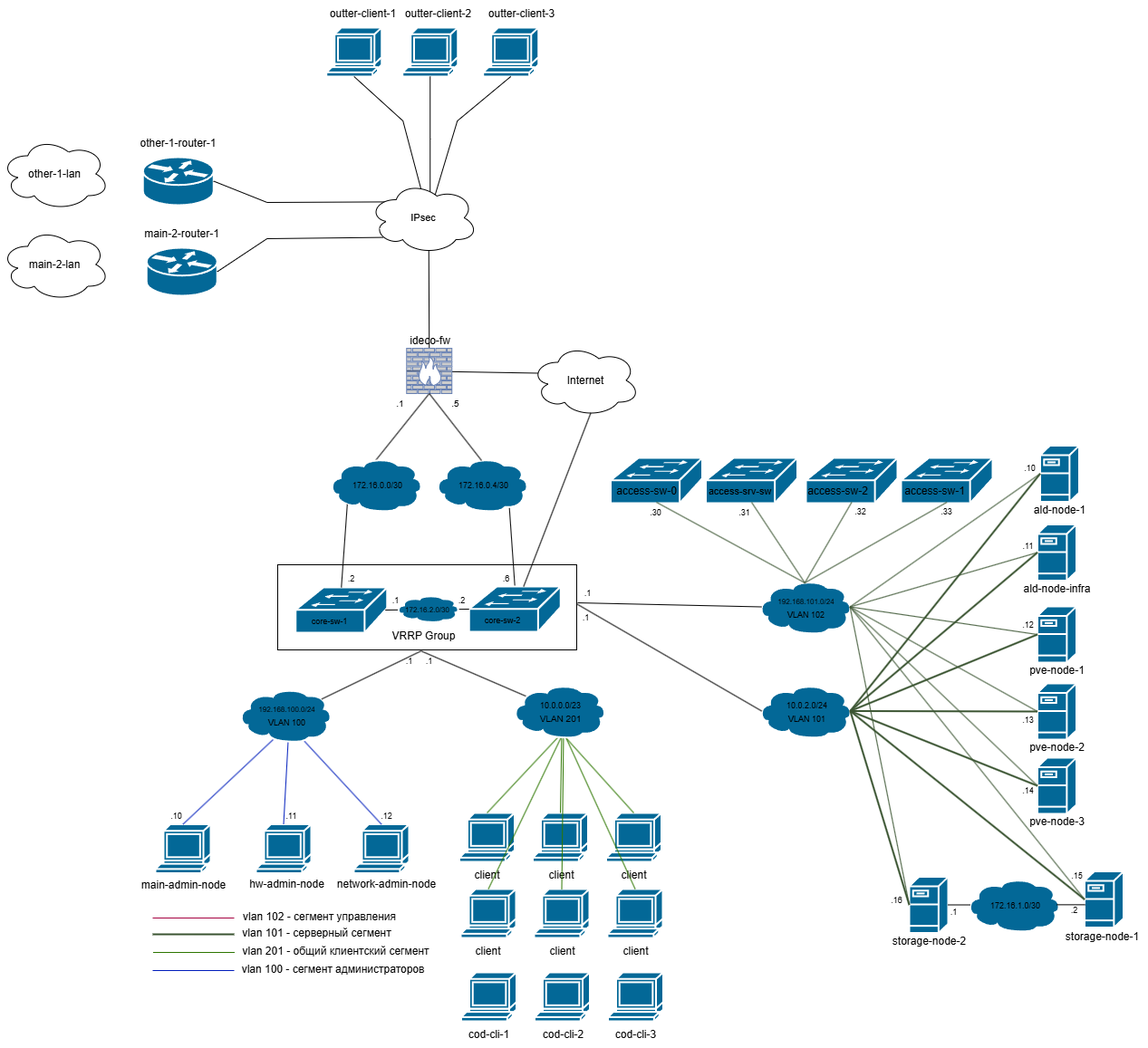
Before: topology/l3.png, a diagram exported from draw.io (dhxgc/diplom). Source tidied: cells renumbered, new cells last; positions are measured from the earlier drawing's top-left corner, leaving out a move shared by most shapes.
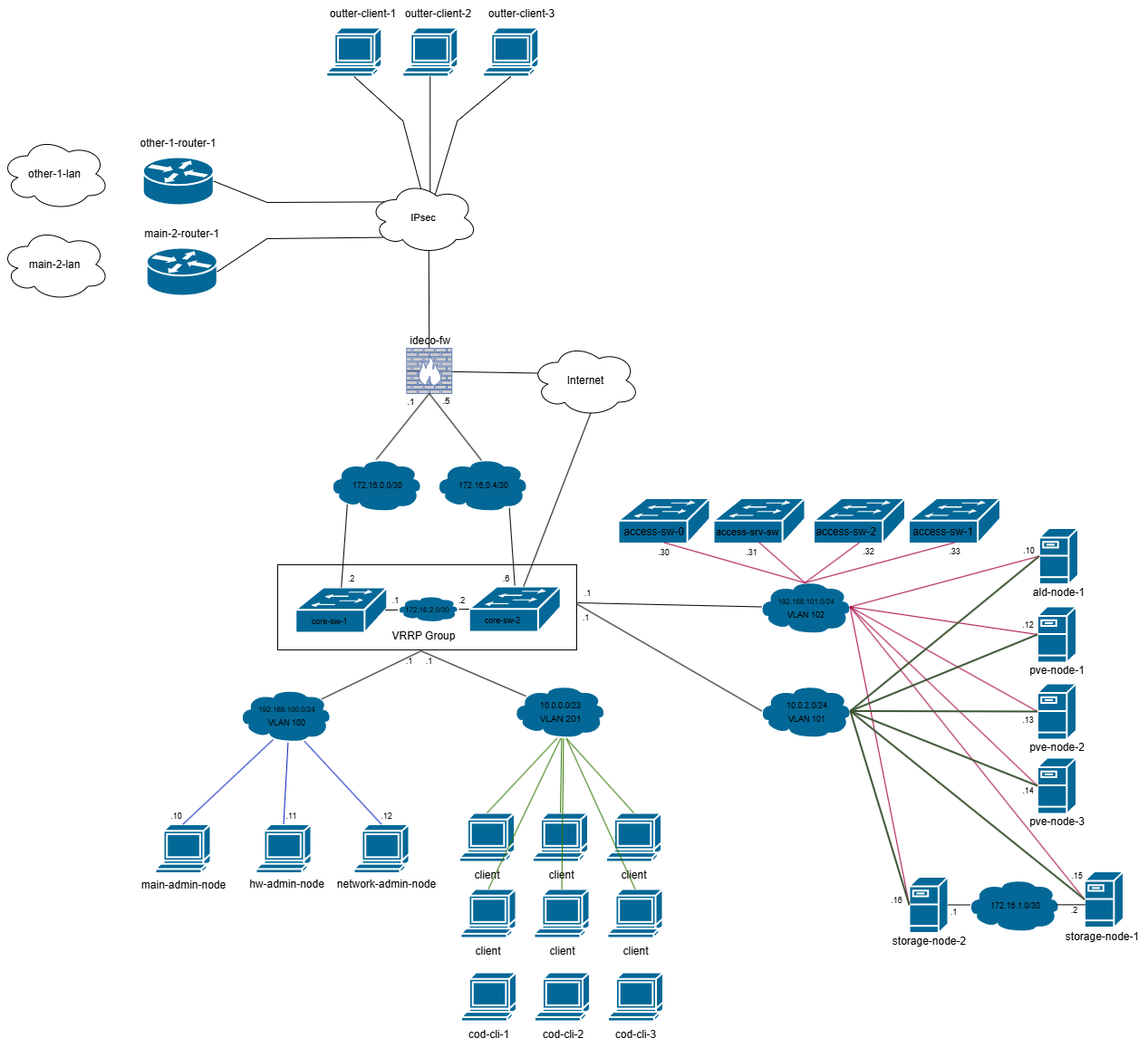
The same file after the commit.

Change to the diagram source:
```diff
@@ -100,7 +100,4 @@
     <mxCell id="33" value="ald-node-1" style="text;html=1;align=center;verticalAlign=middle;strokeColor=none;fillColor=none;" parent="1" vertex="1">
-      <mxGeometry x="1129" y="548" width="80" height="30" as="geometry" />
+      <mxGeometry x="1128" y="639" width="80" height="30" as="geometry" />
     </mxCell>
-    <mxCell id="34" value="ald-node-infra" style="text;html=1;align=center;verticalAlign=middle;strokeColor=none;fillColor=none;" parent="1" vertex="1">
-      <mxGeometry x="1116" y="635" width="100" height="30" as="geometry" />
-    </mxCell>
     <mxCell id="35" style="shape=mxgraph.cisco.switches.workgroup_switch;sketch=0;html=1;dashed=0;fillColor=#036897;strokeColor=#ffffff;strokeWidth=2;verticalLabelPosition=bottom;verticalAlign=top;align=center;outlineConnect=0;" parent="1" vertex="1">
@@ -123,38 +120,2 @@
     </mxCell>
-    <mxCell id="41" style="endArrow=none;html=1;rounded=0;fillColor=#d80073;strokeColor=#A50040;" parent="1" edge="1">
-      <mxGeometry relative="1" as="geometry">
-        <mxPoint x="258" y="1013" as="sourcePoint" />
-        <mxPoint x="168" y="1013" as="targetPoint" />
-      </mxGeometry>
-    </mxCell>
-    <mxCell id="42" value="vlan 102 - сегмент управления" style="text;html=1;align=center;verticalAlign=middle;strokeColor=none;fillColor=none;" parent="1" vertex="1">
-      <mxGeometry x="256.5" y="997" width="190" height="30" as="geometry" />
-    </mxCell>
-    <mxCell id="43" style="endArrow=none;html=1;rounded=0;fillColor=#6d8764;strokeColor=#3A5431;strokeWidth=2;" parent="1" edge="1">
-      <mxGeometry relative="1" as="geometry">
-        <mxPoint x="258" y="1031" as="sourcePoint" />
-        <mxPoint x="168" y="1031" as="targetPoint" />
-      </mxGeometry>
-    </mxCell>
-    <mxCell id="44" value="vlan 101 - серверный сегмент" style="text;html=1;align=center;verticalAlign=middle;strokeColor=none;fillColor=none;" parent="1" vertex="1">
-      <mxGeometry x="254" y="1015" width="190" height="30" as="geometry" />
-    </mxCell>
-    <mxCell id="45" style="endArrow=none;html=1;rounded=0;fillColor=#60a917;strokeColor=#2D7600;" parent="1" edge="1">
-      <mxGeometry relative="1" as="geometry">
-        <mxPoint x="258.5" y="1051" as="sourcePoint" />
-        <mxPoint x="168.5" y="1051" as="targetPoint" />
-      </mxGeometry>
-    </mxCell>
-    <mxCell id="46" style="endArrow=none;html=1;rounded=0;fillColor=#0050ef;strokeColor=#001DBC;" parent="1" edge="1">
-      <mxGeometry relative="1" as="geometry">
-        <mxPoint x="258" y="1071" as="sourcePoint" />
-        <mxPoint x="168" y="1071" as="targetPoint" />
-      </mxGeometry>
-    </mxCell>
-    <mxCell id="47" value="vlan 201 - общий клиентский сегмент" style="text;html=1;align=center;verticalAlign=middle;strokeColor=none;fillColor=none;" parent="1" vertex="1">
-      <mxGeometry x="255" y="1035" width="230" height="30" as="geometry" />
-    </mxCell>
-    <mxCell id="48" value="vlan 100 - сегмент администраторов" style="text;html=1;align=center;verticalAlign=middle;strokeColor=none;fillColor=none;" parent="1" vertex="1">
-      <mxGeometry x="252" y="1055" width="230" height="30" as="geometry" />
-    </mxCell>
     <mxCell id="49" style="endArrow=none;html=1;rounded=0;fillColor=#60a917;strokeColor=#2D7600;entryX=0.5;entryY=0;entryDx=0;entryDy=0;entryPerimeter=0;" parent="1" edge="1" target="13">
@@ -286,7 +247,4 @@
     </mxCell>
-    <mxCell id="78" style="shape=mxgraph.cisco.servers.fileserver;sketch=0;html=1;dashed=0;fillColor=#036897;strokeColor=#ffffff;strokeWidth=2;verticalLabelPosition=bottom;verticalAlign=top;align=center;outlineConnect=0;" parent="1" vertex="1">
-      <mxGeometry x="1144.5" y="578.5" width="43" height="62" as="geometry" />
-    </mxCell>
     <mxCell id="79" style="shape=mxgraph.cisco.servers.fileserver;sketch=0;html=1;dashed=0;fillColor=#036897;strokeColor=#ffffff;strokeWidth=2;verticalLabelPosition=bottom;verticalAlign=top;align=center;outlineConnect=0;" parent="1" vertex="1">
-      <mxGeometry x="1147.5" y="491.5" width="43" height="62" as="geometry" />
+      <mxGeometry x="1146.5" y="582.5" width="43" height="62" as="geometry" />
     </mxCell>
@@ -308,3 +266,3 @@
     <mxCell id="85" value="&lt;font size=&quot;1&quot;&gt;.1&lt;/font&gt;" style="text;html=1;align=center;verticalAlign=middle;strokeColor=none;fillColor=none;" parent="1" vertex="1">
-      <mxGeometry x="425.5" y="429.5" width="30" height="30" as="geometry" />
+      <mxGeometry x="437.5" y="427.5" width="30" height="30" as="geometry" />
     </mxCell>
@@ -338,35 +296,35 @@
     <mxCell id="95" style="shape=mxgraph.cisco.switches.workgroup_switch;sketch=0;html=1;dashed=0;fillColor=#036897;strokeColor=#ffffff;strokeWidth=2;verticalLabelPosition=bottom;verticalAlign=top;align=center;outlineConnect=0;" parent="1" vertex="1">
-      <mxGeometry x="994" y="505" width="101" height="50" as="geometry" />
+      <mxGeometry x="1002.5" y="549.5" width="101" height="50" as="geometry" />
     </mxCell>
     <mxCell id="96" value="access-sw-1" style="text;html=1;align=center;verticalAlign=middle;strokeColor=none;fillColor=none;" parent="1" vertex="1">
-      <mxGeometry x="986" y="527" width="90" height="30" as="geometry" />
+      <mxGeometry x="994.5" y="571.5" width="90" height="30" as="geometry" />
     </mxCell>
     <mxCell id="97" style="shape=mxgraph.cisco.switches.workgroup_switch;sketch=0;html=1;dashed=0;fillColor=#036897;strokeColor=#ffffff;strokeWidth=2;verticalLabelPosition=bottom;verticalAlign=top;align=center;outlineConnect=0;" parent="1" vertex="1">
-      <mxGeometry x="673.5" y="505" width="101" height="50" as="geometry" />
+      <mxGeometry x="682" y="549.5" width="101" height="50" as="geometry" />
     </mxCell>
     <mxCell id="98" value="access-sw-0" style="text;html=1;align=center;verticalAlign=middle;strokeColor=none;fillColor=none;" parent="1" vertex="1">
-      <mxGeometry x="667.5" y="527" width="90" height="30" as="geometry" />
+      <mxGeometry x="676" y="571.5" width="90" height="30" as="geometry" />
     </mxCell>
     <mxCell id="99" style="shape=mxgraph.cisco.switches.workgroup_switch;sketch=0;html=1;dashed=0;fillColor=#036897;strokeColor=#ffffff;strokeWidth=2;verticalLabelPosition=bottom;verticalAlign=top;align=center;outlineConnect=0;" parent="1" vertex="1">
-      <mxGeometry x="889" y="505" width="101" height="50" as="geometry" />
+      <mxGeometry x="897.5" y="549.5" width="101" height="50" as="geometry" />
     </mxCell>
     <mxCell id="100" value="access-sw-2" style="text;html=1;align=center;verticalAlign=middle;strokeColor=none;fillColor=none;" parent="1" vertex="1">
-      <mxGeometry x="879" y="527" width="90" height="30" as="geometry" />
+      <mxGeometry x="887.5" y="571.5" width="90" height="30" as="geometry" />
     </mxCell>
     <mxCell id="101" style="shape=mxgraph.cisco.switches.workgroup_switch;sketch=0;html=1;dashed=0;fillColor=#036897;strokeColor=#ffffff;strokeWidth=2;verticalLabelPosition=bottom;verticalAlign=top;align=center;outlineConnect=0;" parent="1" vertex="1">
-      <mxGeometry x="778.5" y="505" width="101" height="50" as="geometry" />
+      <mxGeometry x="787" y="549.5" width="101" height="50" as="geometry" />
     </mxCell>
     <mxCell id="102" value="&lt;font style=&quot;font-size: 11px;&quot;&gt;access-srv-sw&lt;/font&gt;" style="text;html=1;align=center;verticalAlign=middle;strokeColor=none;fillColor=none;" parent="1" vertex="1">
-      <mxGeometry x="770.5" y="527" width="90" height="30" as="geometry" />
+      <mxGeometry x="779" y="571.5" width="90" height="30" as="geometry" />
     </mxCell>
-    <mxCell id="103" style="endArrow=none;html=1;rounded=0;exitX=0.5;exitY=0.05;exitDx=0;exitDy=0;exitPerimeter=0;entryX=0.5;entryY=0.98;entryDx=0;entryDy=0;entryPerimeter=0;fillColor=#6d8764;strokeColor=light-dark(#3A5431,#FFA9E0);" parent="1" edge="1" source="93" target="95">
+    <mxCell id="103" style="endArrow=none;html=1;rounded=0;exitX=0.5;exitY=0.05;exitDx=0;exitDy=0;exitPerimeter=0;entryX=0.5;entryY=0.98;entryDx=0;entryDy=0;entryPerimeter=0;fillColor=#d80073;strokeColor=#A50040;" parent="1" edge="1" source="93" target="95">
       <mxGeometry relative="1" as="geometry" />
     </mxCell>
-    <mxCell id="104" style="endArrow=none;html=1;rounded=0;exitX=0.5;exitY=0.05;exitDx=0;exitDy=0;exitPerimeter=0;entryX=0.5;entryY=0.98;entryDx=0;entryDy=0;entryPerimeter=0;fillColor=#6d8764;strokeColor=light-dark(#3A5431,#FFA9E0);" parent="1" edge="1" source="93" target="97">
+    <mxCell id="104" style="endArrow=none;html=1;rounded=0;exitX=0.5;exitY=0.05;exitDx=0;exitDy=0;exitPerimeter=0;entryX=0.5;entryY=0.98;entryDx=0;entryDy=0;entryPerimeter=0;fillColor=#d80073;strokeColor=#A50040;" parent="1" edge="1" source="93" target="97">
       <mxGeometry relative="1" as="geometry" />
     </mxCell>
-    <mxCell id="105" style="endArrow=none;html=1;rounded=0;exitX=0.5;exitY=0.05;exitDx=0;exitDy=0;exitPerimeter=0;entryX=0.5;entryY=0.98;entryDx=0;entryDy=0;entryPerimeter=0;fillColor=#6d8764;strokeColor=light-dark(#3A5431,#FFA9E0);" parent="1" edge="1" source="93" target="99">
+    <mxCell id="105" style="endArrow=none;html=1;rounded=0;exitX=0.5;exitY=0.05;exitDx=0;exitDy=0;exitPerimeter=0;entryX=0.5;entryY=0.98;entryDx=0;entryDy=0;entryPerimeter=0;fillColor=#d80073;strokeColor=#A50040;" parent="1" edge="1" source="93" target="99">
       <mxGeometry relative="1" as="geometry" />
     </mxCell>
-    <mxCell id="106" style="endArrow=none;html=1;rounded=0;exitX=0.5;exitY=0.05;exitDx=0;exitDy=0;exitPerimeter=0;entryX=0.5;entryY=0.98;entryDx=0;entryDy=0;entryPerimeter=0;fillColor=#6d8764;strokeColor=light-dark(#3A5431,#FFA9E0);" parent="1" edge="1" source="93" target="101">
+    <mxCell id="106" style="endArrow=none;html=1;rounded=0;exitX=0.5;exitY=0.05;exitDx=0;exitDy=0;exitPerimeter=0;entryX=0.5;entryY=0.98;entryDx=0;entryDy=0;entryPerimeter=0;fillColor=#d80073;strokeColor=#A50040;" parent="1" edge="1" source="93" target="101">
       <mxGeometry relative="1" as="geometry" />
@@ -382,21 +340,18 @@
     </mxCell>
-    <mxCell id="110" style="endArrow=none;html=1;rounded=0;exitX=0.98;exitY=0.5;exitDx=0;exitDy=0;exitPerimeter=0;entryX=0;entryY=0.5;entryDx=0;entryDy=0;entryPerimeter=0;fillColor=#6d8764;strokeColor=light-dark(#3A5431,#FFA9E0);" parent="1" edge="1" source="93" target="11">
+    <mxCell id="110" style="endArrow=none;html=1;rounded=0;exitX=0.98;exitY=0.5;exitDx=0;exitDy=0;exitPerimeter=0;entryX=0;entryY=0.5;entryDx=0;entryDy=0;entryPerimeter=0;fillColor=#d80073;strokeColor=#A50040;" parent="1" edge="1" source="93" target="11">
       <mxGeometry relative="1" as="geometry" />
     </mxCell>
-    <mxCell id="111" style="endArrow=none;html=1;rounded=0;exitX=0.98;exitY=0.5;exitDx=0;exitDy=0;exitPerimeter=0;entryX=0;entryY=0.5;entryDx=0;entryDy=0;entryPerimeter=0;fillColor=#6d8764;strokeColor=light-dark(#3A5431,#FFA9E0);" parent="1" edge="1" source="93" target="9">
+    <mxCell id="111" style="endArrow=none;html=1;rounded=0;exitX=0.98;exitY=0.5;exitDx=0;exitDy=0;exitPerimeter=0;entryX=0;entryY=0.5;entryDx=0;entryDy=0;entryPerimeter=0;fillColor=#d80073;strokeColor=#A50040;" parent="1" edge="1" source="93" target="9">
       <mxGeometry relative="1" as="geometry" />
     </mxCell>
-    <mxCell id="112" style="endArrow=none;html=1;rounded=0;exitX=0.98;exitY=0.5;exitDx=0;exitDy=0;exitPerimeter=0;entryX=0;entryY=0.5;entryDx=0;entryDy=0;entryPerimeter=0;fillColor=#6d8764;strokeColor=light-dark(#3A5431,#FFA9E0);" parent="1" edge="1" source="93" target="79">
+    <mxCell id="112" style="endArrow=none;html=1;rounded=0;exitX=0.98;exitY=0.5;exitDx=0;exitDy=0;exitPerimeter=0;entryX=0;entryY=0.5;entryDx=0;entryDy=0;entryPerimeter=0;fillColor=#d80073;strokeColor=#A50040;" parent="1" edge="1" source="93" target="79">
       <mxGeometry relative="1" as="geometry" />
     </mxCell>
-    <mxCell id="113" style="endArrow=none;html=1;rounded=0;exitX=0.98;exitY=0.5;exitDx=0;exitDy=0;exitPerimeter=0;entryX=0;entryY=0.5;entryDx=0;entryDy=0;entryPerimeter=0;fillColor=#6d8764;strokeColor=light-dark(#3A5431,#FFA9E0);" parent="1" edge="1" source="93" target="78">
-      <mxGeometry relative="1" as="geometry" />
-    </mxCell>
-    <mxCell id="114" style="endArrow=none;html=1;rounded=0;exitX=0.98;exitY=0.5;exitDx=0;exitDy=0;exitPerimeter=0;entryX=0;entryY=0.5;entryDx=0;entryDy=0;entryPerimeter=0;fillColor=#6d8764;strokeColor=light-dark(#3A5431,#FFA9E0);" parent="1" edge="1" source="93" target="107">
+    <mxCell id="114" style="endArrow=none;html=1;rounded=0;exitX=0.98;exitY=0.5;exitDx=0;exitDy=0;exitPerimeter=0;entryX=0;entryY=0.5;entryDx=0;entryDy=0;entryPerimeter=0;fillColor=#d80073;strokeColor=#A50040;" parent="1" edge="1" source="93" target="107">
       <mxGeometry relative="1" as="geometry" />
     </mxCell>
-    <mxCell id="115" style="endArrow=none;html=1;rounded=0;exitX=0.98;exitY=0.5;exitDx=0;exitDy=0;exitPerimeter=0;entryX=0;entryY=0.5;entryDx=0;entryDy=0;entryPerimeter=0;fillColor=#6d8764;strokeColor=light-dark(#3A5431,#FFA9E0);" parent="1" edge="1" source="93" target="77">
+    <mxCell id="115" style="endArrow=none;html=1;rounded=0;exitX=0.98;exitY=0.5;exitDx=0;exitDy=0;exitPerimeter=0;entryX=0;entryY=0.5;entryDx=0;entryDy=0;entryPerimeter=0;fillColor=#d80073;strokeColor=#A50040;" parent="1" edge="1" source="93" target="77">
       <mxGeometry relative="1" as="geometry" />
     </mxCell>
-    <mxCell id="116" style="endArrow=none;html=1;rounded=0;exitX=0.98;exitY=0.5;exitDx=0;exitDy=0;exitPerimeter=0;entryX=0;entryY=0.5;entryDx=0;entryDy=0;entryPerimeter=0;fillColor=#6d8764;strokeColor=light-dark(#3A5431,#FFA9E0);" parent="1" edge="1" source="93" target="76">
+    <mxCell id="116" style="endArrow=none;html=1;rounded=0;exitX=0.98;exitY=0.5;exitDx=0;exitDy=0;exitPerimeter=0;entryX=0;entryY=0.5;entryDx=0;entryDy=0;entryPerimeter=0;fillColor=#d80073;strokeColor=#A50040;" parent="1" edge="1" source="93" target="76">
       <mxGeometry relative="1" as="geometry" />
@@ -406,5 +361,2 @@
     </mxCell>
-    <mxCell id="118" style="endArrow=none;html=1;rounded=0;fillColor=#6d8764;strokeColor=#3A5431;strokeWidth=2;exitX=0;exitY=0.5;exitDx=0;exitDy=0;exitPerimeter=0;entryX=0.98;entryY=0.5;entryDx=0;entryDy=0;entryPerimeter=0;" parent="1" edge="1" source="78" target="108">
-      <mxGeometry relative="1" as="geometry" />
-    </mxCell>
     <mxCell id="119" style="endArrow=none;html=1;rounded=0;fillColor=#6d8764;strokeColor=#3A5431;strokeWidth=2;exitX=0;exitY=0.5;exitDx=0;exitDy=0;exitPerimeter=0;entryX=0.98;entryY=0.5;entryDx=0;entryDy=0;entryPerimeter=0;" parent="1" edge="1" source="107" target="108">
@@ -458,3 +410,3 @@
     <mxCell id="134" value="&lt;font size=&quot;1&quot;&gt;.5&lt;/font&gt;" style="text;html=1;align=center;verticalAlign=middle;strokeColor=none;fillColor=none;" parent="1" vertex="1">
-      <mxGeometry x="487.2" y="429.5" width="30" height="30" as="geometry" />
+      <mxGeometry x="477.2" y="426.5" width="30" height="30" as="geometry" />
     </mxCell>
@@ -491,12 +443,12 @@
     <mxCell id="145" value="&lt;font style=&quot;font-size: 9px;&quot;&gt;.30&lt;/font&gt;" style="text;html=1;align=center;verticalAlign=middle;strokeColor=none;fillColor=none;" parent="1" vertex="1">
-      <mxGeometry x="703.2" y="549.5" width="40" height="30" as="geometry" />
+      <mxGeometry x="711.8" y="594" width="40" height="30" as="geometry" />
     </mxCell>
     <mxCell id="146" value="&lt;font style=&quot;font-size: 9px;&quot;&gt;.31&lt;/font&gt;" style="text;html=1;align=center;verticalAlign=middle;strokeColor=none;fillColor=none;" parent="1" vertex="1">
-      <mxGeometry x="800.8" y="549.5" width="40" height="30" as="geometry" />
+      <mxGeometry x="809.2" y="594" width="40" height="30" as="geometry" />
     </mxCell>
     <mxCell id="147" value="&lt;font style=&quot;font-size: 9px;&quot;&gt;.32&lt;/font&gt;" style="text;html=1;align=center;verticalAlign=middle;strokeColor=none;fillColor=none;" parent="1" vertex="1">
-      <mxGeometry x="929.2" y="548.5" width="40" height="30" as="geometry" />
+      <mxGeometry x="937.8" y="593" width="40" height="30" as="geometry" />
     </mxCell>
     <mxCell id="148" value="&lt;font style=&quot;font-size: 9px;&quot;&gt;.33&lt;/font&gt;" style="text;html=1;align=center;verticalAlign=middle;strokeColor=none;fillColor=none;" parent="1" vertex="1">
-      <mxGeometry x="1024" y="548.5" width="40" height="30" as="geometry" />
+      <mxGeometry x="1032.5" y="593" width="40" height="30" as="geometry" />
     </mxCell>
@@ -509,7 +461,4 @@
     <mxCell id="151" value="&lt;font style=&quot;font-size: 9px;&quot;&gt;.10&lt;/font&gt;" style="text;html=1;align=center;verticalAlign=middle;strokeColor=none;fillColor=none;" parent="1" vertex="1">
-      <mxGeometry x="1115.5" y="501" width="40" height="30" as="geometry" />
+      <mxGeometry x="1114.5" y="592" width="40" height="30" as="geometry" />
     </mxCell>
-    <mxCell id="152" value="&lt;font style=&quot;font-size: 9px;&quot;&gt;.11&lt;/font&gt;" style="text;html=1;align=center;verticalAlign=middle;strokeColor=none;fillColor=none;" parent="1" vertex="1">
-      <mxGeometry x="1113.5" y="587" width="40" height="30" as="geometry" />
-    </mxCell>
     <mxCell id="153" value="&lt;font style=&quot;font-size: 9px;&quot;&gt;.12&lt;/font&gt;" style="text;html=1;align=center;verticalAlign=middle;strokeColor=none;fillColor=none;" parent="1" vertex="1">
```
